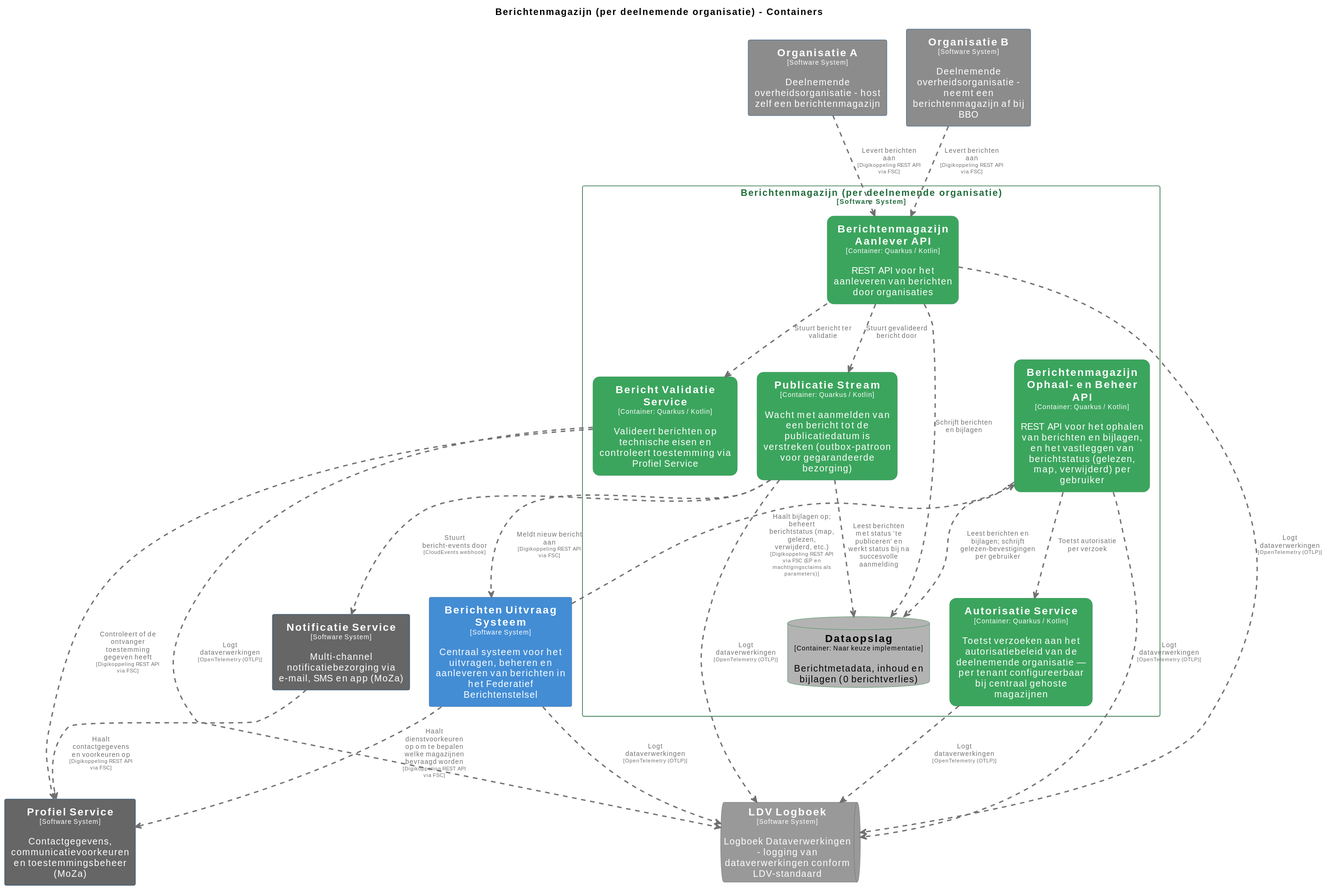
Above: pr-preview/pr-22/master/svg/BerichtenmagazijnContainers.svg in MinBZK/moza-poc-fbs-berichtenbox (PlantUML), before the change. Its source is kept beside it as pr-preview/pr-22/master/puml/BerichtenmagazijnContainers.puml.
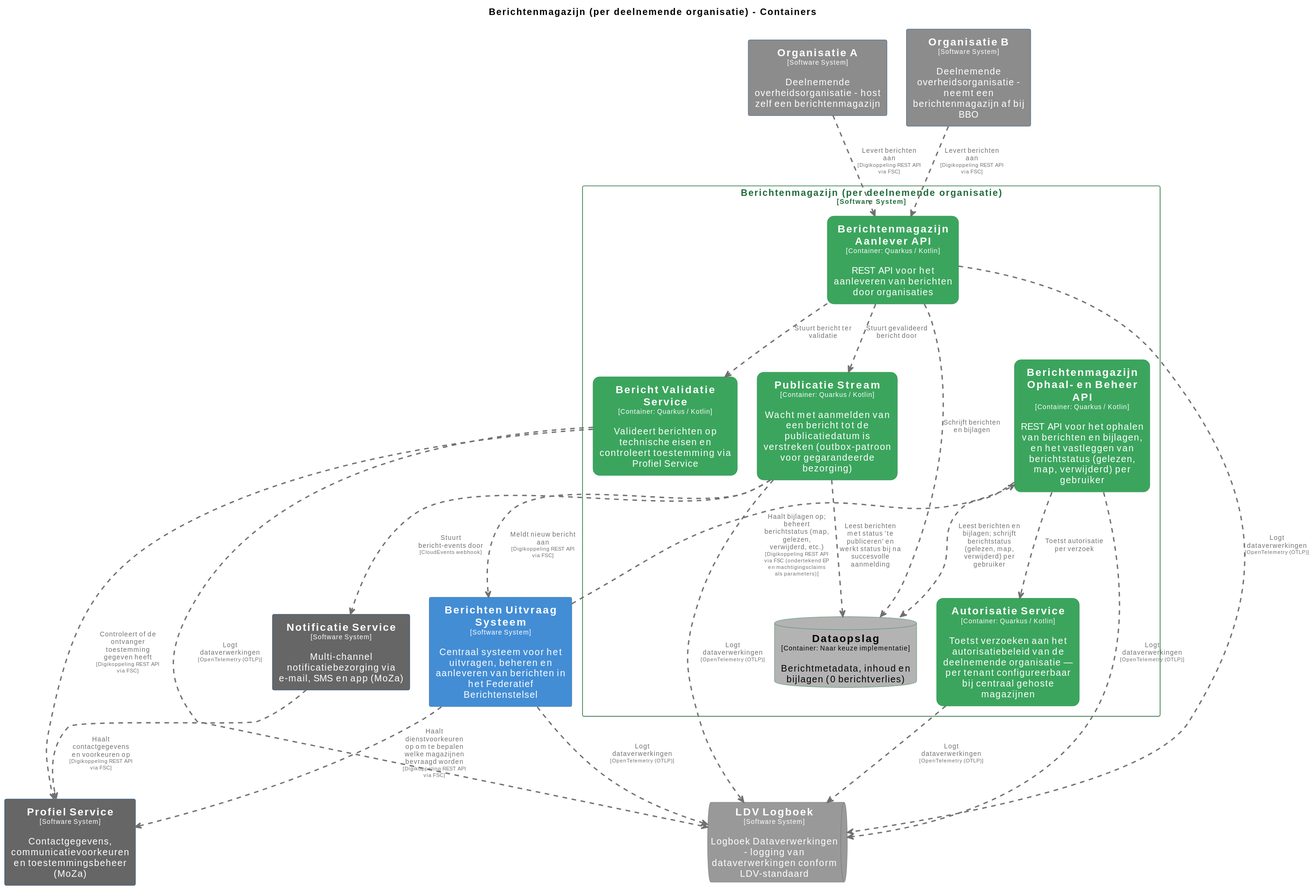
The same diagram one commit later.

Change to the diagram source:
```diff
@@ -122,13 +122,13 @@
 BerichtenUitvraagSysteem .[#707070,thickness=2].> LDVLogboek : "<color:#707070>Logt dataverwerkingen\n<color:#707070><size:8>[OpenTelemetry (OTLP)]</size>"
 Berichtenmagazijnperdeelnemendeorganisatie.AutorisatieService .[#707070,thickness=2].> LDVLogboek : "<color:#707070>Logt dataverwerkingen\n<color:#707070><size:8>[OpenTelemetry (OTLP)]</size>"
 Berichtenmagazijnperdeelnemendeorganisatie.PublicatieStream .[#707070,thickness=2].> LDVLogboek : "<color:#707070>Logt dataverwerkingen\n<color:#707070><size:8>[OpenTelemetry (OTLP)]</size>"
-Berichtenmagazijnperdeelnemendeorganisatie.BerichtenmagazijnOphaalenBeheerAPI .[#707070,thickness=2].> Berichtenmagazijnperdeelnemendeorganisatie.Dataopslag : "<color:#707070>Leest berichten en bijlagen; schrijft gelezen-bevestigingen per gebruiker"
+Berichtenmagazijnperdeelnemendeorganisatie.BerichtenmagazijnOphaalenBeheerAPI .[#707070,thickness=2].> Berichtenmagazijnperdeelnemendeorganisatie.Dataopslag : "<color:#707070>Leest berichten en bijlagen; schrijft berichtstatus (gelezen, map, verwijderd) per gebruiker"
 Berichtenmagazijnperdeelnemendeorganisatie.BerichtenmagazijnAanleverAPI .[#707070,thickness=2].> Berichtenmagazijnperdeelnemendeorganisatie.Dataopslag : "<color:#707070>Schrijft berichten en bijlagen"
 Berichtenmagazijnperdeelnemendeorganisatie.BerichtenmagazijnAanleverAPI .[#707070,thickness=2].> Berichtenmagazijnperdeelnemendeorganisatie.BerichtValidatieService : "<color:#707070>Stuurt bericht ter validatie"
 Berichtenmagazijnperdeelnemendeorganisatie.BerichtenmagazijnAanleverAPI .[#707070,thickness=2].> Berichtenmagazijnperdeelnemendeorganisatie.PublicatieStream : "<color:#707070>Stuurt gevalideerd bericht door"
 Berichtenmagazijnperdeelnemendeorganisatie.PublicatieStream .[#707070,thickness=2].> Berichtenmagazijnperdeelnemendeorganisatie.Dataopslag : "<color:#707070>Leest berichten met status 'te publiceren' en werkt status bij na succesvolle aanmelding"
 Berichtenmagazijnperdeelnemendeorganisatie.BerichtenmagazijnOphaalenBeheerAPI .[#707070,thickness=2].> Berichtenmagazijnperdeelnemendeorganisatie.AutorisatieService : "<color:#707070>Toetst autorisatie per verzoek"
-BerichtenUitvraagSysteem .[#707070,thickness=2].> Berichtenmagazijnperdeelnemendeorganisatie.BerichtenmagazijnOphaalenBeheerAPI : "<color:#707070>Haalt bijlagen op; beheert berichtstatus (map, gelezen, verwijderd, etc.)\n<color:#707070><size:8>[Digikoppeling REST API via FSC (EP en machtigingsclaims als parameters)]</size>"
+BerichtenUitvraagSysteem .[#707070,thickness=2].> Berichtenmagazijnperdeelnemendeorganisatie.BerichtenmagazijnOphaalenBeheerAPI : "<color:#707070>Haalt bijlagen op; beheert berichtstatus (map, gelezen, verwijderd, etc.)\n<color:#707070><size:8>[Digikoppeling REST API via FSC (ondertekend EP en machtigingsclaims als parameters)]</size>"
 Berichtenmagazijnperdeelnemendeorganisatie.PublicatieStream .[#707070,thickness=2].> BerichtenUitvraagSysteem : "<color:#707070>Meldt nieuw bericht aan\n<color:#707070><size:8>[Digikoppeling REST API via FSC]</size>"
 Berichtenmagazijnperdeelnemendeorganisatie.PublicatieStream .[#707070,thickness=2].> NotificatieService : "<color:#707070>Stuurt bericht-events door\n<color:#707070><size:8>[CloudEvents webhook]</size>"
 NotificatieService .[#707070,thickness=2].> ProfielService : "<color:#707070>Haalt contactgegevens en voorkeuren op\n<color:#707070><size:8>[Digikoppeling REST API via FSC]</size>"
```
